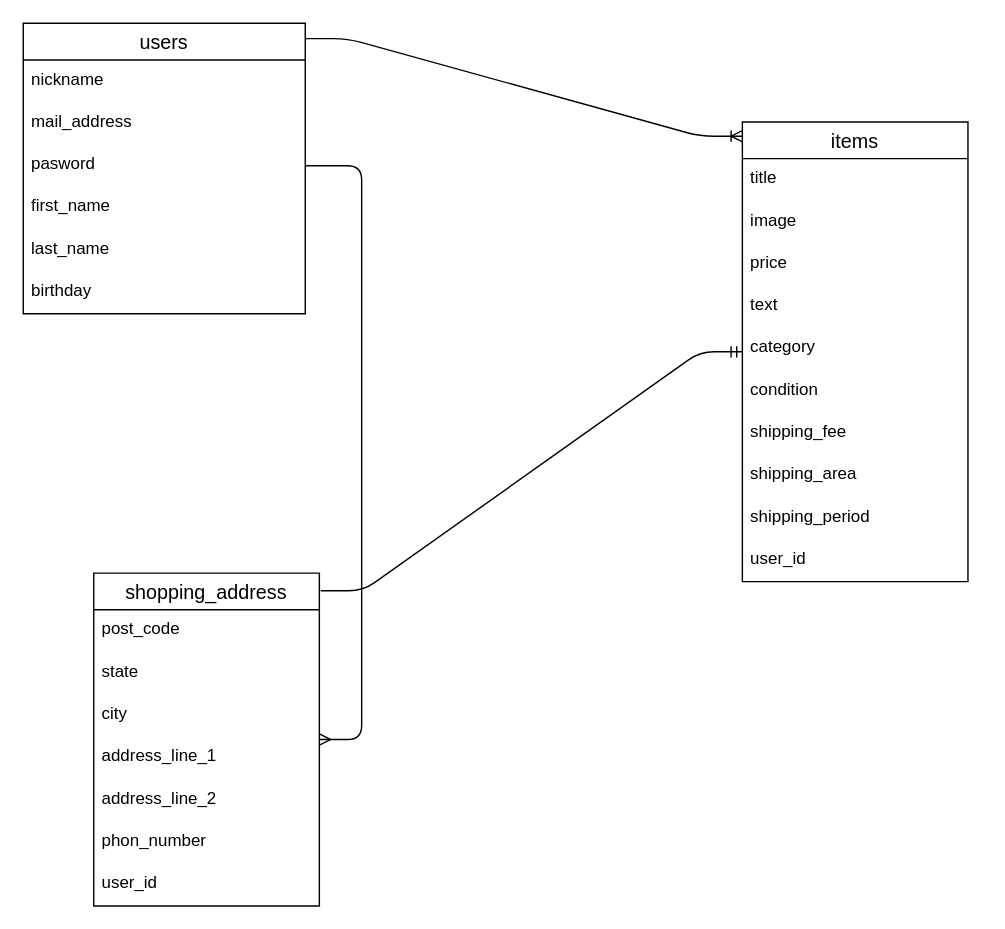
Above: furima_ER.dio in Ueta0709/furima-38459 (draw.io), before the change. Source tidied: cells renumbered, new cells numbered last; positions are measured from the earlier drawing's top-left corner, leaving out a move shared by most shapes. Both pictures are drawn from the tidied source at 141%, with x=0, y=0 at pixel (23, 23).
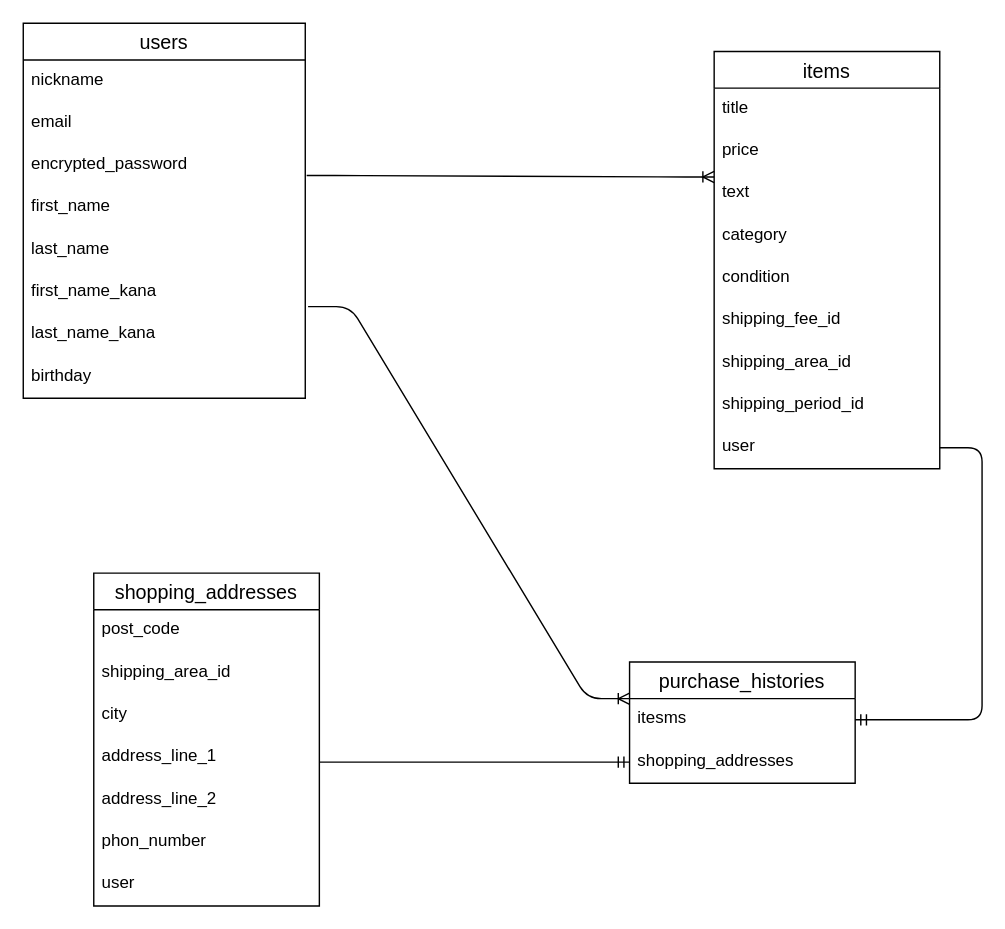
The same page after the edit.

Commit message (it also covers changes not shown here):
データベース設計修正１

What changed in the source:
```diff
@@
     <mxCell id="2" value="users" style="swimlane;fontStyle=0;horizontal=1;startSize=26;align=center;fontSize=14;" parent="1" vertex="1">
-      <mxGeometry width="200" height="206" as="geometry" />
+      <mxGeometry width="200" height="266" as="geometry" />
     </mxCell>
@@
-    <mxCell id="4" value="mail_address" style="text;strokeColor=none;fillColor=none;spacingLeft=4;spacingRight=4;overflow=hidden;fontSize=12;" parent="2" vertex="1">
+    <mxCell id="4" value="email" style="text;strokeColor=none;fillColor=none;spacingLeft=4;spacingRight=4;overflow=hidden;fontSize=12;" parent="2" vertex="1">
       <mxGeometry y="56" width="200" height="30" as="geometry" />
     </mxCell>
-    <mxCell id="5" value="pasword" style="text;strokeColor=none;fillColor=none;spacingLeft=4;spacingRight=4;overflow=hidden;points=[[0,0.5],[1,0.5]];portConstraint=eastwest;fontSize=12;" parent="2" vertex="1">
+    <mxCell id="5" value="encrypted_password" style="text;strokeColor=none;fillColor=none;spacingLeft=4;spacingRight=4;overflow=hidden;points=[[0,0.5],[1,0.5]];portConstraint=eastwest;fontSize=12;" parent="2" vertex="1">
       <mxGeometry y="86" width="200" height="30" as="geometry" />
     </mxCell>
@@
+    <mxCell id="32" value="first_name_kana" style="text;strokeColor=none;fillColor=none;spacingLeft=4;spacingRight=4;overflow=hidden;points=[[0,0.5],[1,0.5]];portConstraint=eastwest;fontSize=12;" parent="2" vertex="1">
+      <mxGeometry y="176" width="200" height="30" as="geometry" />
+    </mxCell>
+    <mxCell id="33" value="last_name_kana" style="text;strokeColor=none;fillColor=none;spacingLeft=4;spacingRight=4;overflow=hidden;fontSize=12;" parent="2" vertex="1">
+      <mxGeometry y="206" width="200" height="30" as="geometry" />
+    </mxCell>
     <mxCell id="9" value="birthday" style="text;strokeColor=none;fillColor=none;spacingLeft=4;spacingRight=4;overflow=hidden;fontSize=12;" parent="2" vertex="1">
-      <mxGeometry y="176" width="200" height="30" as="geometry" />
+      <mxGeometry y="236" width="200" height="30" as="geometry" />
     </mxCell>
     <mxCell id="10" value="items" style="swimlane;fontStyle=0;horizontal=1;startSize=26;align=center;fontSize=14;" parent="1" vertex="1">
-      <mxGeometry x="510" y="70" width="160" height="326" as="geometry" />
+      <mxGeometry x="490" y="20" width="160" height="296" as="geometry" />
     </mxCell>
@@
-    <mxCell id="12" value="image" style="text;strokeColor=none;fillColor=none;spacingLeft=4;spacingRight=4;overflow=hidden;fontSize=12;" parent="10" vertex="1">
-      <mxGeometry y="56" width="160" height="30" as="geometry" />
-    </mxCell>
     <mxCell id="13" value="price" style="text;strokeColor=none;fillColor=none;spacingLeft=4;spacingRight=4;overflow=hidden;fontSize=12;" parent="10" vertex="1">
-      <mxGeometry y="86" width="160" height="30" as="geometry" />
+      <mxGeometry y="56" width="160" height="30" as="geometry" />
     </mxCell>
     <mxCell id="14" value="text" style="text;strokeColor=none;fillColor=none;spacingLeft=4;spacingRight=4;overflow=hidden;fontSize=12;" parent="10" vertex="1">
-      <mxGeometry y="116" width="160" height="30" as="geometry" />
+      <mxGeometry y="86" width="160" height="30" as="geometry" />
     </mxCell>
     <mxCell id="15" value="category" style="text;strokeColor=none;fillColor=none;spacingLeft=4;spacingRight=4;overflow=hidden;fontSize=12;" parent="10" vertex="1">
-      <mxGeometry y="146" width="160" height="30" as="geometry" />
+      <mxGeometry y="116" width="160" height="30" as="geometry" />
     </mxCell>
     <mxCell id="16" value="condition" style="text;strokeColor=none;fillColor=none;spacingLeft=4;spacingRight=4;overflow=hidden;fontSize=12;" parent="10" vertex="1">
-      <mxGeometry y="176" width="160" height="30" as="geometry" />
+      <mxGeometry y="146" width="160" height="30" as="geometry" />
     </mxCell>
-    <mxCell id="17" value="shipping_fee" style="text;strokeColor=none;fillColor=none;spacingLeft=4;spacingRight=4;overflow=hidden;fontSize=12;" parent="10" vertex="1">
-      <mxGeometry y="206" width="160" height="30" as="geometry" />
+    <mxCell id="17" value="shipping_fee_id" style="text;strokeColor=none;fillColor=none;spacingLeft=4;spacingRight=4;overflow=hidden;fontSize=12;" parent="10" vertex="1">
+      <mxGeometry y="176" width="160" height="30" as="geometry" />
     </mxCell>
-    <mxCell id="18" value="shipping_area" style="text;strokeColor=none;fillColor=none;spacingLeft=4;spacingRight=4;overflow=hidden;fontSize=12;" parent="10" vertex="1">
-      <mxGeometry y="236" width="160" height="30" as="geometry" />
+    <mxCell id="18" value="shipping_area_id" style="text;strokeColor=none;fillColor=none;spacingLeft=4;spacingRight=4;overflow=hidden;fontSize=12;" parent="10" vertex="1">
+      <mxGeometry y="206" width="160" height="30" as="geometry" />
     </mxCell>
-    <mxCell id="19" value="shipping_period" style="text;strokeColor=none;fillColor=none;spacingLeft=4;spacingRight=4;overflow=hidden;fontSize=12;" parent="10" vertex="1">
-      <mxGeometry y="266" width="160" height="30" as="geometry" />
+    <mxCell id="19" value="shipping_period_id" style="text;strokeColor=none;fillColor=none;spacingLeft=4;spacingRight=4;overflow=hidden;fontSize=12;" parent="10" vertex="1">
+      <mxGeometry y="236" width="160" height="30" as="geometry" />
     </mxCell>
-    <mxCell id="20" value="user_id" style="text;strokeColor=none;fillColor=none;spacingLeft=4;spacingRight=4;overflow=hidden;points=[[0,0.5],[1,0.5]];portConstraint=eastwest;fontSize=12;" parent="10" vertex="1">
-      <mxGeometry y="296" width="160" height="30" as="geometry" />
+    <mxCell id="20" value="user" style="text;strokeColor=none;fillColor=none;spacingLeft=4;spacingRight=4;overflow=hidden;points=[[0,0.5],[1,0.5]];portConstraint=eastwest;fontSize=12;" parent="10" vertex="1">
+      <mxGeometry y="266" width="160" height="30" as="geometry" />
     </mxCell>
-    <mxCell id="21" value="shopping_address" style="swimlane;fontStyle=0;horizontal=1;startSize=26;align=center;fontSize=14;" parent="1" vertex="1">
+    <mxCell id="21" value="shopping_addresses" style="swimlane;fontStyle=0;horizontal=1;startSize=26;align=center;fontSize=14;" parent="1" vertex="1">
       <mxGeometry x="50" y="390" width="160" height="236" as="geometry" />
     </mxCell>
@@
-    <mxCell id="23" value="state" style="text;strokeColor=none;fillColor=none;spacingLeft=4;spacingRight=4;overflow=hidden;fontSize=12;" parent="21" vertex="1">
+    <mxCell id="23" value="shipping_area_id" style="text;strokeColor=none;fillColor=none;spacingLeft=4;spacingRight=4;overflow=hidden;fontSize=12;" parent="21" vertex="1">
       <mxGeometry y="56" width="160" height="30" as="geometry" />
     </mxCell>
@@
-    <mxCell id="28" value="user_id" style="text;strokeColor=none;fillColor=none;spacingLeft=4;spacingRight=4;overflow=hidden;fontSize=12;" parent="21" vertex="1">
+    <mxCell id="28" value="user" style="text;strokeColor=none;fillColor=none;spacingLeft=4;spacingRight=4;overflow=hidden;fontSize=12;" parent="21" vertex="1">
       <mxGeometry y="206" width="160" height="30" as="geometry" />
     </mxCell>
-    <mxCell id="29" style="edgeStyle=entityRelationEdgeStyle;fontSize=12;html=1;endArrow=ERoneToMany;exitX=1;exitY=0.053;exitDx=0;exitDy=0;exitPerimeter=0;entryX=0;entryY=0.031;entryDx=0;entryDy=0;entryPerimeter=0;" parent="1" edge="1" source="2" target="10">
-      <mxGeometry relative="1" as="geometry" />
-    </mxCell>
-    <mxCell id="30" style="edgeStyle=entityRelationEdgeStyle;fontSize=12;html=1;endArrow=ERmany;exitX=1;exitY=0.5;exitDx=0;exitDy=0;" parent="1" edge="1" source="5" target="21">
-      <mxGeometry relative="1" as="geometry" />
-    </mxCell>
-    <mxCell id="31" style="edgeStyle=entityRelationEdgeStyle;fontSize=12;html=1;endArrow=ERmandOne;exitX=1.006;exitY=0.053;exitDx=0;exitDy=0;exitPerimeter=0;" parent="1" edge="1" source="21" target="10">
-      <mxGeometry relative="1" as="geometry" />
-    </mxCell>
+    <mxCell id="34" value="purchase_histories" style="swimlane;fontStyle=0;horizontal=1;startSize=26;align=center;fontSize=14;strokeColor=default;" parent="1" vertex="1">
+      <mxGeometry x="430" y="453" width="160" height="86" as="geometry" />
+    </mxCell>
+    <mxCell id="35" value="itesms" style="text;strokeColor=none;fillColor=none;spacingLeft=4;spacingRight=4;overflow=hidden;points=[[0,0.5],[1,0.5]];portConstraint=eastwest;fontSize=12;" parent="34" vertex="1">
+      <mxGeometry y="26" width="160" height="30" as="geometry" />
+    </mxCell>
+    <mxCell id="36" value="shopping_addresses&#10;" style="text;strokeColor=none;fillColor=none;spacingLeft=4;spacingRight=4;overflow=hidden;points=[[0,0.5],[1,0.5]];portConstraint=eastwest;fontSize=12;" parent="34" vertex="1">
+      <mxGeometry y="56" width="160" height="30" as="geometry" />
+    </mxCell>
+    <mxCell id="37" style="edgeStyle=entityRelationEdgeStyle;fontSize=12;html=1;endArrow=ERoneToMany;exitX=1.005;exitY=0.733;exitDx=0;exitDy=0;exitPerimeter=0;" parent="1" edge="1" source="5">
+      <mxGeometry relative="1" as="geometry">
+        <mxPoint x="490" y="109" as="targetPoint" />
+      </mxGeometry>
+    </mxCell>
+    <mxCell id="38" style="edgeStyle=entityRelationEdgeStyle;fontSize=12;html=1;endArrow=ERoneToMany;exitX=1.01;exitY=0.833;exitDx=0;exitDy=0;exitPerimeter=0;" parent="1" edge="1" source="32">
+      <mxGeometry relative="1" as="geometry">
+        <mxPoint x="430" y="479" as="targetPoint" />
+      </mxGeometry>
+    </mxCell>
+    <mxCell id="39" style="edgeStyle=entityRelationEdgeStyle;fontSize=12;html=1;endArrow=ERmandOne;entryX=0;entryY=0.5;entryDx=0;entryDy=0;" parent="1" edge="1" target="36">
+      <mxGeometry relative="1" as="geometry">
+        <mxPoint x="210" y="524" as="sourcePoint" />
+      </mxGeometry>
+    </mxCell>
+    <mxCell id="40" style="edgeStyle=entityRelationEdgeStyle;fontSize=12;html=1;endArrow=ERmandOne;" parent="1" edge="1" source="20" target="35">
+      <mxGeometry relative="1" as="geometry" />
+    </mxCell>
```
